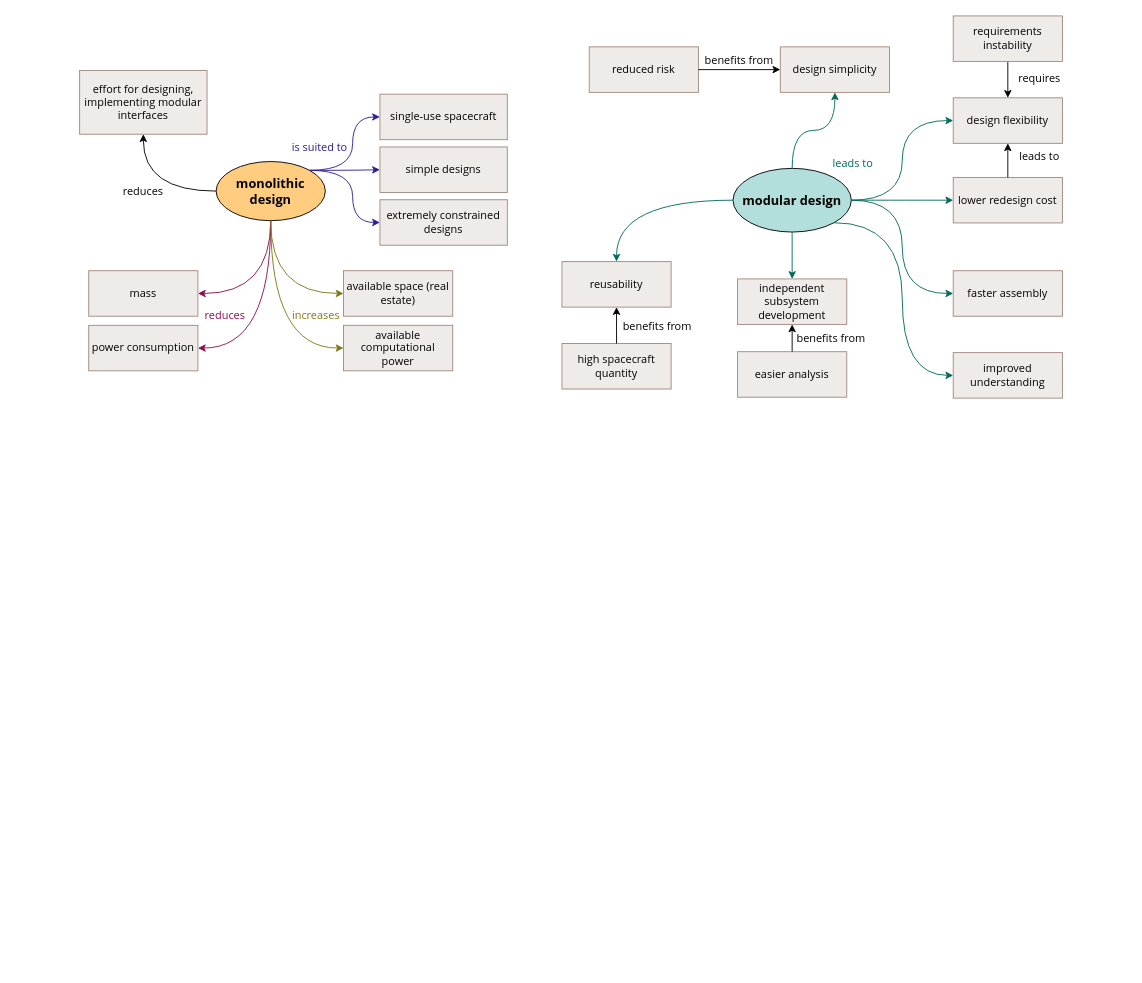
Before: media/drawio/Monolithic.drawio in kongr45gpen/doctoral-thesis, a draw.io diagram. Source tidied: cells renumbered, new cells numbered last; positions are measured from the earlier drawing's top-left corner, leaving out a move shared by most shapes. Both pictures are drawn from the tidied source at 91%, with x=0, y=0 at pixel (79, 15).
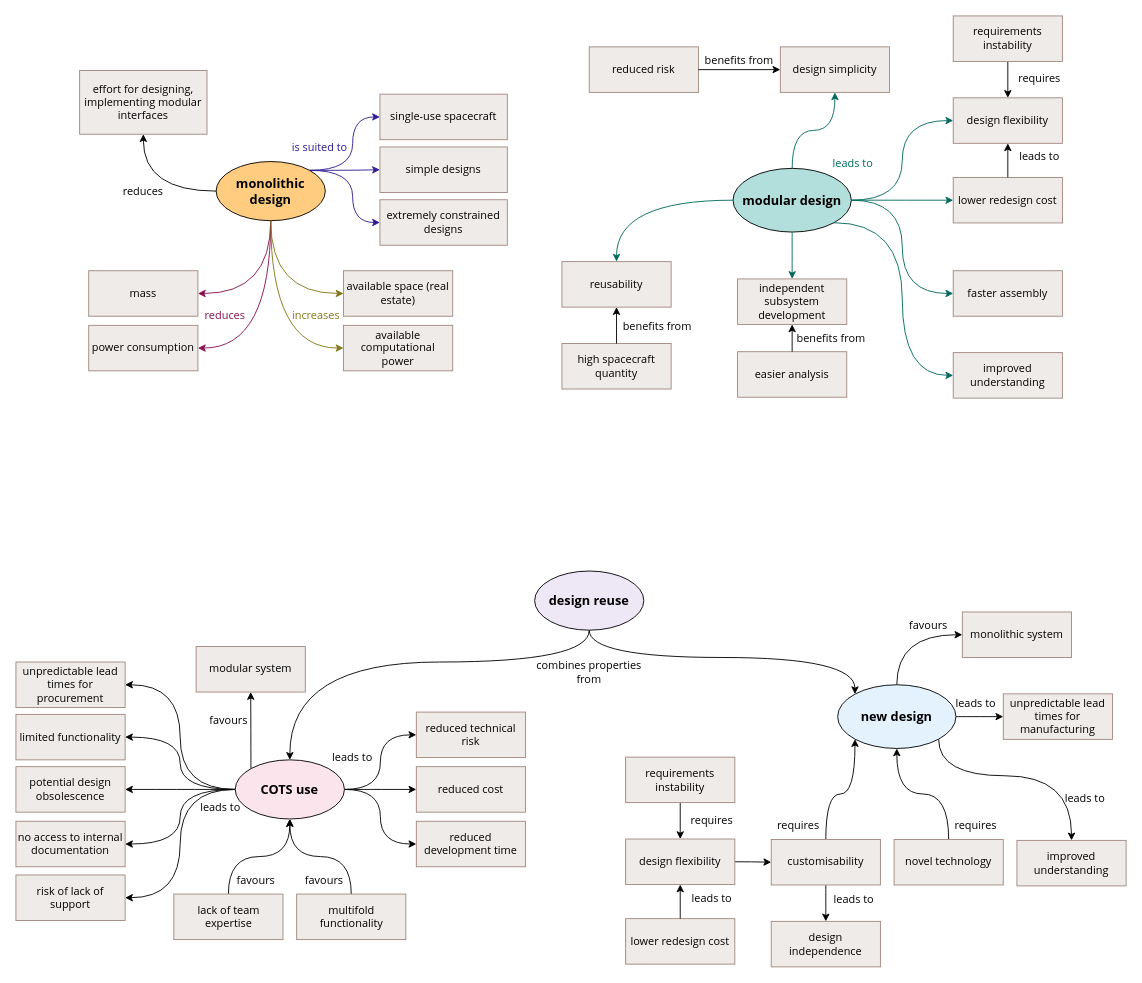
The same page after the edit.

What changed in the source:
```diff
@@
+    <mxCell id="53" style="edgeStyle=orthogonalEdgeStyle;shape=connector;curved=1;rounded=0;jettySize=auto;html=1;exitX=0.5;exitY=1;exitDx=0;exitDy=0;entryX=0.5;entryY=0;entryDx=0;entryDy=0;strokeColor=default;align=center;verticalAlign=middle;fontFamily=Helvetica;fontSize=11;fontColor=default;labelBackgroundColor=default;endArrow=classic;" parent="1" edge="1" source="55" target="69">
+      <mxGeometry relative="1" as="geometry">
+        <Array as="points">
+          <mxPoint x="560" y="710" />
+          <mxPoint x="231" y="710" />
+        </Array>
+      </mxGeometry>
+    </mxCell>
+    <mxCell id="54" style="edgeStyle=orthogonalEdgeStyle;shape=connector;curved=1;rounded=0;jettySize=auto;html=1;exitX=0.5;exitY=1;exitDx=0;exitDy=0;entryX=0;entryY=0;entryDx=0;entryDy=0;strokeColor=default;align=center;verticalAlign=middle;fontFamily=Helvetica;fontSize=11;fontColor=default;labelBackgroundColor=default;endArrow=classic;" parent="1" edge="1" source="55" target="59">
+      <mxGeometry relative="1" as="geometry" />
+    </mxCell>
+    <mxCell id="55" value="design reuse" style="ellipse;whiteSpace=wrap;html=1;fontFamily=Open Sans;fillColor=#EDE7F6;fontStyle=1;fontSize=14;" parent="1" vertex="1">
+      <mxGeometry x="500" y="610" width="120" height="65" as="geometry" />
+    </mxCell>
+    <mxCell id="56" style="edgeStyle=orthogonalEdgeStyle;shape=connector;curved=1;rounded=0;jettySize=auto;html=1;exitX=0.5;exitY=0;exitDx=0;exitDy=0;entryX=0;entryY=0.5;entryDx=0;entryDy=0;strokeColor=default;align=center;verticalAlign=middle;fontFamily=Helvetica;fontSize=11;fontColor=default;labelBackgroundColor=default;endArrow=classic;" parent="1" edge="1" source="59" target="77">
+      <mxGeometry relative="1" as="geometry" />
+    </mxCell>
+    <mxCell id="57" style="edgeStyle=orthogonalEdgeStyle;shape=connector;curved=1;rounded=0;jettySize=auto;html=1;exitX=1;exitY=0.5;exitDx=0;exitDy=0;entryX=0;entryY=0.5;entryDx=0;entryDy=0;strokeColor=default;align=center;verticalAlign=middle;fontFamily=Helvetica;fontSize=11;fontColor=default;labelBackgroundColor=default;endArrow=classic;" parent="1" edge="1" source="59" target="89">
+      <mxGeometry relative="1" as="geometry" />
+    </mxCell>
+    <mxCell id="58" style="edgeStyle=orthogonalEdgeStyle;shape=connector;curved=1;rounded=0;jettySize=auto;html=1;exitX=1;exitY=1;exitDx=0;exitDy=0;entryX=0.5;entryY=0;entryDx=0;entryDy=0;strokeColor=default;align=center;verticalAlign=middle;fontFamily=Helvetica;fontSize=11;fontColor=default;labelBackgroundColor=default;endArrow=classic;" parent="1" edge="1" source="59" target="73">
+      <mxGeometry relative="1" as="geometry">
+        <Array as="points">
+          <mxPoint x="944" y="835" />
+          <mxPoint x="1090" y="835" />
+        </Array>
+      </mxGeometry>
+    </mxCell>
+    <mxCell id="59" value="new design" style="ellipse;whiteSpace=wrap;html=1;fontFamily=Open Sans;fontStyle=1;fillColor=#E3F2FD;fontSize=14;" parent="1" vertex="1">
+      <mxGeometry x="833" y="735" width="130" height="70" as="geometry" />
+    </mxCell>
+    <mxCell id="60" style="edgeStyle=orthogonalEdgeStyle;shape=connector;curved=1;rounded=0;jettySize=auto;html=1;exitX=1;exitY=0.5;exitDx=0;exitDy=0;entryX=0;entryY=0.5;entryDx=0;entryDy=0;strokeColor=default;align=center;verticalAlign=middle;fontFamily=Helvetica;fontSize=11;fontColor=default;labelBackgroundColor=default;endArrow=classic;" parent="1" edge="1" source="69" target="75">
+      <mxGeometry relative="1" as="geometry" />
+    </mxCell>
+    <mxCell id="61" style="edgeStyle=orthogonalEdgeStyle;shape=connector;curved=1;rounded=0;jettySize=auto;html=1;exitX=0;exitY=0.5;exitDx=0;exitDy=0;entryX=1;entryY=0.5;entryDx=0;entryDy=0;strokeColor=default;align=center;verticalAlign=middle;fontFamily=Helvetica;fontSize=11;fontColor=default;labelBackgroundColor=default;endArrow=classic;" parent="1" edge="1" source="69" target="72">
+      <mxGeometry relative="1" as="geometry" />
+    </mxCell>
+    <mxCell id="62" style="edgeStyle=orthogonalEdgeStyle;shape=connector;curved=1;rounded=0;jettySize=auto;html=1;exitX=0;exitY=0;exitDx=0;exitDy=0;entryX=0.5;entryY=1;entryDx=0;entryDy=0;strokeColor=default;align=center;verticalAlign=middle;fontFamily=Helvetica;fontSize=11;fontColor=default;labelBackgroundColor=default;endArrow=classic;" parent="1" edge="1" source="69" target="76">
+      <mxGeometry relative="1" as="geometry" />
+    </mxCell>
+    <mxCell id="63" style="edgeStyle=orthogonalEdgeStyle;shape=connector;curved=1;rounded=0;jettySize=auto;html=1;exitX=1;exitY=0.5;exitDx=0;exitDy=0;entryX=0;entryY=0.5;entryDx=0;entryDy=0;strokeColor=default;align=center;verticalAlign=middle;fontFamily=Helvetica;fontSize=11;fontColor=default;labelBackgroundColor=default;endArrow=classic;" parent="1" edge="1" source="69" target="95">
+      <mxGeometry relative="1" as="geometry" />
+    </mxCell>
+    <mxCell id="64" style="edgeStyle=orthogonalEdgeStyle;shape=connector;curved=1;rounded=0;jettySize=auto;html=1;exitX=1;exitY=0.5;exitDx=0;exitDy=0;entryX=0;entryY=0.5;entryDx=0;entryDy=0;strokeColor=default;align=center;verticalAlign=middle;fontFamily=Helvetica;fontSize=11;fontColor=default;labelBackgroundColor=default;endArrow=classic;" parent="1" edge="1" source="69" target="96">
+      <mxGeometry relative="1" as="geometry" />
+    </mxCell>
+    <mxCell id="65" style="edgeStyle=orthogonalEdgeStyle;shape=connector;curved=1;rounded=0;jettySize=auto;html=1;exitX=0;exitY=0.5;exitDx=0;exitDy=0;entryX=1;entryY=0.5;entryDx=0;entryDy=0;strokeColor=default;align=center;verticalAlign=middle;fontFamily=Helvetica;fontSize=11;fontColor=default;labelBackgroundColor=default;endArrow=classic;" parent="1" edge="1" source="69" target="74">
+      <mxGeometry relative="1" as="geometry" />
+    </mxCell>
+    <mxCell id="66" style="edgeStyle=orthogonalEdgeStyle;shape=connector;curved=1;rounded=0;jettySize=auto;html=1;exitX=0;exitY=0.5;exitDx=0;exitDy=0;entryX=1;entryY=0.5;entryDx=0;entryDy=0;strokeColor=default;align=center;verticalAlign=middle;fontFamily=Helvetica;fontSize=11;fontColor=default;labelBackgroundColor=default;endArrow=classic;" parent="1" edge="1" source="69" target="90">
+      <mxGeometry relative="1" as="geometry" />
+    </mxCell>
+    <mxCell id="67" style="edgeStyle=orthogonalEdgeStyle;shape=connector;curved=1;rounded=0;jettySize=auto;html=1;exitX=0;exitY=0.5;exitDx=0;exitDy=0;entryX=1;entryY=0.5;entryDx=0;entryDy=0;strokeColor=default;align=center;verticalAlign=middle;fontFamily=Helvetica;fontSize=11;fontColor=default;labelBackgroundColor=default;endArrow=classic;" parent="1" edge="1" source="69" target="91">
+      <mxGeometry relative="1" as="geometry" />
+    </mxCell>
+    <mxCell id="68" style="edgeStyle=orthogonalEdgeStyle;shape=connector;curved=1;rounded=0;jettySize=auto;html=1;exitX=0;exitY=0.5;exitDx=0;exitDy=0;entryX=1;entryY=0.5;entryDx=0;entryDy=0;strokeColor=default;align=center;verticalAlign=middle;fontFamily=Open Sans;fontSize=12;fontColor=default;labelBackgroundColor=default;endArrow=classic;" parent="1" edge="1" source="69" target="97">
+      <mxGeometry relative="1" as="geometry" />
+    </mxCell>
+    <mxCell id="69" value="COTS use" style="ellipse;whiteSpace=wrap;html=1;fontFamily=Open Sans;fillColor=#FCE4EC;fontStyle=1;fontSize=14;" parent="1" vertex="1">
+      <mxGeometry x="171" y="817.5" width="120" height="65" as="geometry" />
+    </mxCell>
+    <mxCell id="70" style="edgeStyle=orthogonalEdgeStyle;shape=connector;curved=1;rounded=0;jettySize=auto;html=1;exitX=0.5;exitY=0;exitDx=0;exitDy=0;entryX=0.5;entryY=1;entryDx=0;entryDy=0;strokeColor=default;align=center;verticalAlign=middle;fontFamily=Helvetica;fontSize=11;fontColor=default;labelBackgroundColor=default;endArrow=classic;" parent="1" edge="1" source="71" target="69">
+      <mxGeometry relative="1" as="geometry" />
+    </mxCell>
+    <mxCell id="71" value="lack of team expertise" style="rounded=0;whiteSpace=wrap;html=1;fontFamily=Open Sans;fillColor=#EFEBE9;strokeColor=#A1887F;" parent="1" vertex="1">
+      <mxGeometry x="103.5" y="965" width="120" height="50" as="geometry" />
+    </mxCell>
+    <mxCell id="72" value="unpredictable lead times for procurement" style="rounded=0;whiteSpace=wrap;html=1;fontFamily=Open Sans;fillColor=#EFEBE9;strokeColor=#A1887F;" parent="1" vertex="1">
+      <mxGeometry x="-70" y="710" width="120" height="50" as="geometry" />
+    </mxCell>
+    <mxCell id="73" value="improved understanding" style="rounded=0;whiteSpace=wrap;html=1;fontFamily=Open Sans;fillColor=#EFEBE9;strokeColor=#A1887F;" parent="1" vertex="1">
+      <mxGeometry x="1030" y="906" width="120" height="50" as="geometry" />
+    </mxCell>
+    <mxCell id="74" value="limited functionality" style="rounded=0;whiteSpace=wrap;html=1;fontFamily=Open Sans;fillColor=#EFEBE9;strokeColor=#A1887F;" parent="1" vertex="1">
+      <mxGeometry x="-70" y="767.5" width="120" height="50" as="geometry" />
+    </mxCell>
+    <mxCell id="75" value="reduced technical risk" style="rounded=0;whiteSpace=wrap;html=1;fontFamily=Open Sans;fillColor=#EFEBE9;strokeColor=#A1887F;" parent="1" vertex="1">
+      <mxGeometry x="370" y="765" width="120" height="50" as="geometry" />
+    </mxCell>
+    <mxCell id="76" value="modular system" style="rounded=0;whiteSpace=wrap;html=1;fontFamily=Open Sans;fillColor=#EFEBE9;strokeColor=#A1887F;" parent="1" vertex="1">
+      <mxGeometry x="128" y="693" width="120" height="50" as="geometry" />
+    </mxCell>
+    <mxCell id="77" value="monolithic system" style="rounded=0;whiteSpace=wrap;html=1;fontFamily=Open Sans;fillColor=#EFEBE9;strokeColor=#A1887F;" parent="1" vertex="1">
+      <mxGeometry x="970" y="655" width="120" height="50" as="geometry" />
+    </mxCell>
+    <mxCell id="78" style="edgeStyle=orthogonalEdgeStyle;shape=connector;curved=1;rounded=0;jettySize=auto;html=1;exitX=1;exitY=0.5;exitDx=0;exitDy=0;entryX=0;entryY=0.5;entryDx=0;entryDy=0;strokeColor=default;align=center;verticalAlign=middle;fontFamily=Helvetica;fontSize=11;fontColor=default;labelBackgroundColor=default;endArrow=classic;" parent="1" edge="1" source="79" target="94">
+      <mxGeometry relative="1" as="geometry" />
+    </mxCell>
+    <mxCell id="79" value="design flexibility" style="rounded=0;whiteSpace=wrap;html=1;fontFamily=Open Sans;fillColor=#EFEBE9;strokeColor=#A1887F;" parent="1" vertex="1">
+      <mxGeometry x="600" y="904.5" width="120" height="50" as="geometry" />
+    </mxCell>
+    <mxCell id="80" value="lower redesign cost" style="rounded=0;whiteSpace=wrap;html=1;fontFamily=Open Sans;fillColor=#EFEBE9;strokeColor=#A1887F;" parent="1" vertex="1">
+      <mxGeometry x="600" y="992" width="120" height="50" as="geometry" />
+    </mxCell>
+    <mxCell id="81" style="edgeStyle=orthogonalEdgeStyle;rounded=0;jettySize=auto;html=1;exitX=0.5;exitY=1;exitDx=0;exitDy=0;" parent="1" edge="1" source="82" target="79">
+      <mxGeometry relative="1" as="geometry" />
+    </mxCell>
+    <mxCell id="82" value="requirements instability" style="rounded=0;whiteSpace=wrap;html=1;fontFamily=Open Sans;fillColor=#EFEBE9;strokeColor=#A1887F;" parent="1" vertex="1">
+      <mxGeometry x="600" y="814.5" width="120" height="50" as="geometry" />
+    </mxCell>
+    <mxCell id="83" value="requires" style="text;html=1;whiteSpace=wrap;strokeColor=none;fillColor=none;align=center;verticalAlign=middle;rounded=0;fontFamily=Open Sans;" parent="1" vertex="1">
+      <mxGeometry x="650" y="868.5" width="90" height="30" as="geometry" />
+    </mxCell>
+    <mxCell id="84" style="edgeStyle=orthogonalEdgeStyle;rounded=0;jettySize=auto;html=1;entryX=0.5;entryY=1;entryDx=0;entryDy=0;exitX=0.5;exitY=0;exitDx=0;exitDy=0;" parent="1" edge="1" source="80" target="79">
+      <mxGeometry relative="1" as="geometry" />
+    </mxCell>
+    <mxCell id="85" value="leads to" style="text;html=1;whiteSpace=wrap;strokeColor=none;fillColor=none;align=center;verticalAlign=middle;rounded=0;fontFamily=Open Sans;" parent="1" vertex="1">
+      <mxGeometry x="670" y="954.5" width="50" height="30" as="geometry" />
+    </mxCell>
+    <mxCell id="86" style="edgeStyle=orthogonalEdgeStyle;shape=connector;curved=1;rounded=0;jettySize=auto;html=1;exitX=0.5;exitY=0;exitDx=0;exitDy=0;entryX=0.5;entryY=1;entryDx=0;entryDy=0;strokeColor=default;align=center;verticalAlign=middle;fontFamily=Helvetica;fontSize=11;fontColor=default;labelBackgroundColor=default;endArrow=classic;" parent="1" edge="1" source="87" target="59">
+      <mxGeometry relative="1" as="geometry" />
+    </mxCell>
+    <mxCell id="87" value="novel technology" style="rounded=0;whiteSpace=wrap;html=1;fontFamily=Open Sans;fillColor=#EFEBE9;strokeColor=#A1887F;" parent="1" vertex="1">
+      <mxGeometry x="895" y="905" width="120" height="50" as="geometry" />
+    </mxCell>
+    <mxCell id="88" value="design independence" style="rounded=0;whiteSpace=wrap;html=1;fontFamily=Open Sans;fillColor=#EFEBE9;strokeColor=#A1887F;" parent="1" vertex="1">
+      <mxGeometry x="760" y="995" width="120" height="50" as="geometry" />
+    </mxCell>
+    <mxCell id="89" value="unpredictable lead times for manufacturing" style="rounded=0;whiteSpace=wrap;html=1;fontFamily=Open Sans;fillColor=#EFEBE9;strokeColor=#A1887F;" parent="1" vertex="1">
+      <mxGeometry x="1015" y="745" width="120" height="50" as="geometry" />
+    </mxCell>
+    <mxCell id="90" value="potential design obsolescence" style="rounded=0;whiteSpace=wrap;html=1;fontFamily=Open Sans;fillColor=#EFEBE9;strokeColor=#A1887F;" parent="1" vertex="1">
+      <mxGeometry x="-70" y="825" width="120" height="50" as="geometry" />
+    </mxCell>
+    <mxCell id="91" value="no access to internal documentation" style="rounded=0;whiteSpace=wrap;html=1;fontFamily=Open Sans;fillColor=#EFEBE9;strokeColor=#A1887F;" parent="1" vertex="1">
+      <mxGeometry x="-70" y="885" width="120" height="50" as="geometry" />
+    </mxCell>
+    <mxCell id="92" style="edgeStyle=orthogonalEdgeStyle;shape=connector;curved=1;rounded=0;jettySize=auto;html=1;exitX=0.5;exitY=1;exitDx=0;exitDy=0;entryX=0.5;entryY=0;entryDx=0;entryDy=0;strokeColor=default;align=center;verticalAlign=middle;fontFamily=Helvetica;fontSize=11;fontColor=default;labelBackgroundColor=default;endArrow=classic;" parent="1" edge="1" source="94" target="88">
+      <mxGeometry relative="1" as="geometry" />
+    </mxCell>
+    <mxCell id="93" style="edgeStyle=orthogonalEdgeStyle;shape=connector;curved=1;rounded=0;jettySize=auto;html=1;exitX=0.5;exitY=0;exitDx=0;exitDy=0;entryX=0;entryY=1;entryDx=0;entryDy=0;strokeColor=default;align=center;verticalAlign=middle;fontFamily=Open Sans;fontSize=12;fontColor=default;labelBackgroundColor=default;endArrow=classic;" parent="1" edge="1" source="94" target="59">
+      <mxGeometry relative="1" as="geometry" />
+    </mxCell>
+    <mxCell id="94" value="customisability" style="rounded=0;whiteSpace=wrap;html=1;fontFamily=Open Sans;fillColor=#EFEBE9;strokeColor=#A1887F;" parent="1" vertex="1">
+      <mxGeometry x="760" y="905" width="120" height="50" as="geometry" />
+    </mxCell>
+    <mxCell id="95" value="reduced cost" style="rounded=0;whiteSpace=wrap;html=1;fontFamily=Open Sans;fillColor=#EFEBE9;strokeColor=#A1887F;" parent="1" vertex="1">
+      <mxGeometry x="370" y="825" width="120" height="50" as="geometry" />
+    </mxCell>
+    <mxCell id="96" value="reduced development time" style="rounded=0;whiteSpace=wrap;html=1;fontFamily=Open Sans;fillColor=#EFEBE9;strokeColor=#A1887F;" parent="1" vertex="1">
+      <mxGeometry x="370" y="885" width="120" height="50" as="geometry" />
+    </mxCell>
+    <mxCell id="97" value="risk of lack of support" style="rounded=0;whiteSpace=wrap;html=1;fontFamily=Open Sans;fillColor=#EFEBE9;strokeColor=#A1887F;" parent="1" vertex="1">
+      <mxGeometry x="-70" y="944" width="120" height="50" as="geometry" />
+    </mxCell>
+    <mxCell id="98" value="leads to" style="text;html=1;whiteSpace=wrap;strokeColor=none;fillColor=none;align=center;verticalAlign=middle;rounded=0;fontFamily=Open Sans;" parent="1" vertex="1">
+      <mxGeometry x="270" y="800" width="60" height="30" as="geometry" />
+    </mxCell>
+    <mxCell id="99" value="leads to" style="text;html=1;whiteSpace=wrap;strokeColor=none;fillColor=none;align=center;verticalAlign=middle;rounded=0;fontFamily=Open Sans;" parent="1" vertex="1">
+      <mxGeometry x="125" y="855" width="60" height="30" as="geometry" />
+    </mxCell>
+    <mxCell id="100" value="favours" style="text;html=1;whiteSpace=wrap;strokeColor=none;fillColor=none;align=center;verticalAlign=middle;rounded=0;fontFamily=Open Sans;" parent="1" vertex="1">
+      <mxGeometry x="163.5" y="935" width="60" height="30" as="geometry" />
+    </mxCell>
+    <mxCell id="101" value="favours" style="text;html=1;whiteSpace=wrap;strokeColor=none;fillColor=none;align=center;verticalAlign=middle;rounded=0;fontFamily=Open Sans;" parent="1" vertex="1">
+      <mxGeometry x="133.5" y="760" width="60" height="30" as="geometry" />
+    </mxCell>
+    <mxCell id="102" value="favours" style="text;html=1;whiteSpace=wrap;strokeColor=none;fillColor=none;align=center;verticalAlign=middle;rounded=0;fontFamily=Open Sans;" parent="1" vertex="1">
+      <mxGeometry x="903" y="655" width="60" height="30" as="geometry" />
+    </mxCell>
+    <mxCell id="103" value="leads to" style="text;html=1;whiteSpace=wrap;strokeColor=none;fillColor=none;align=center;verticalAlign=middle;rounded=0;fontFamily=Open Sans;" parent="1" vertex="1">
+      <mxGeometry x="955" y="741" width="60" height="30" as="geometry" />
+    </mxCell>
+    <mxCell id="104" value="requires" style="text;html=1;whiteSpace=wrap;strokeColor=none;fillColor=none;align=center;verticalAlign=middle;rounded=0;fontFamily=Open Sans;" parent="1" vertex="1">
+      <mxGeometry x="760" y="874.5" width="60" height="30" as="geometry" />
+    </mxCell>
+    <mxCell id="105" value="leads to" style="text;html=1;whiteSpace=wrap;strokeColor=none;fillColor=none;align=center;verticalAlign=middle;rounded=0;fontFamily=Open Sans;" parent="1" vertex="1">
+      <mxGeometry x="821" y="956" width="60" height="30" as="geometry" />
+    </mxCell>
+    <mxCell id="106" value="requires" style="text;html=1;whiteSpace=wrap;strokeColor=none;fillColor=none;align=center;verticalAlign=middle;rounded=0;fontFamily=Open Sans;" parent="1" vertex="1">
+      <mxGeometry x="955" y="874.5" width="60" height="30" as="geometry" />
+    </mxCell>
+    <mxCell id="107" value="leads to" style="text;html=1;whiteSpace=wrap;strokeColor=none;fillColor=none;align=center;verticalAlign=middle;rounded=0;fontFamily=Open Sans;" parent="1" vertex="1">
+      <mxGeometry x="1075" y="844.5" width="60" height="30" as="geometry" />
+    </mxCell>
+    <mxCell id="108" value="combines properties from" style="text;html=1;whiteSpace=wrap;strokeColor=none;fillColor=none;align=center;verticalAlign=middle;rounded=0;fontFamily=Open Sans;" parent="1" vertex="1">
+      <mxGeometry x="500" y="706" width="120" height="30" as="geometry" />
+    </mxCell>
+    <mxCell id="109" style="edgeStyle=orthogonalEdgeStyle;shape=connector;curved=1;rounded=0;jettySize=auto;html=1;exitX=0.5;exitY=0;exitDx=0;exitDy=0;entryX=0.5;entryY=1;entryDx=0;entryDy=0;strokeColor=default;align=center;verticalAlign=middle;fontFamily=Open Sans;fontSize=12;fontColor=default;labelBackgroundColor=default;endArrow=classic;" parent="1" edge="1" source="110" target="69">
+      <mxGeometry relative="1" as="geometry" />
+    </mxCell>
+    <mxCell id="110" value="multifold functionality" style="rounded=0;whiteSpace=wrap;html=1;fontFamily=Open Sans;fillColor=#EFEBE9;strokeColor=#A1887F;" parent="1" vertex="1">
+      <mxGeometry x="238.5" y="965" width="120" height="50" as="geometry" />
+    </mxCell>
+    <mxCell id="111" value="favours" style="text;html=1;whiteSpace=wrap;strokeColor=none;fillColor=none;align=center;verticalAlign=middle;rounded=0;fontFamily=Open Sans;" parent="1" vertex="1">
+      <mxGeometry x="238.5" y="935" width="60" height="30" as="geometry" />
+    </mxCell>
```
